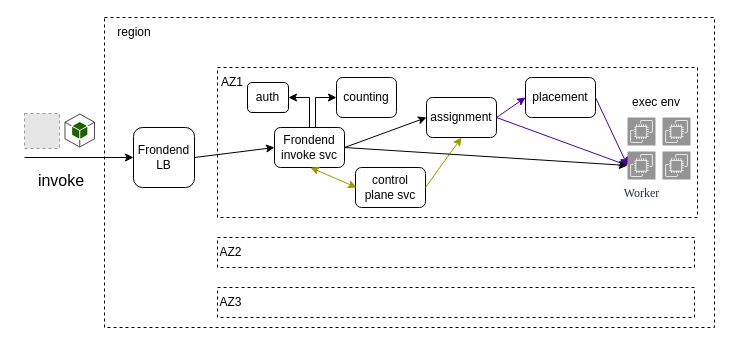
Above: lambda.drawio in numenshane/draw.io (draw.io), before the change. Source tidied: cells renumbered, new cells numbered last; positions are measured from the earlier drawing's top-left corner, leaving out a move shared by most shapes. Both pictures are drawn from the tidied source at 100%, with x=0, y=0 at pixel (24, 17). Pictures stored in the file or linked from it are replaced by grey dashed boxes.
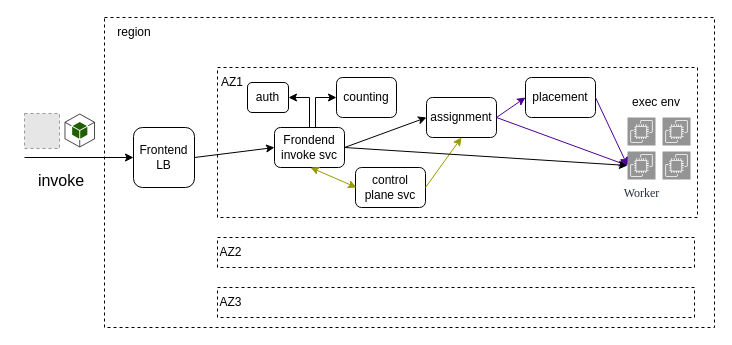
After the change.

Diff of the diagram source:
```diff
@@
-    <mxCell id="3" value="Frondend&lt;br&gt;LB" style="rounded=1;whiteSpace=wrap;html=1;" parent="1" vertex="1">
+    <mxCell id="3" value="Frontend&lt;br&gt;LB" style="rounded=1;whiteSpace=wrap;html=1;" parent="1" vertex="1">
       <mxGeometry x="109" y="110" width="61" height="60" as="geometry" />
     </mxCell>
```
